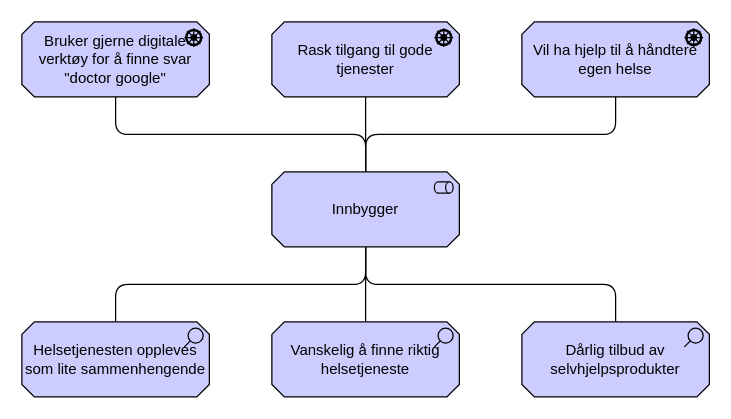
Above: page "innbygger-concern" (1 of 3) of docs/interessent/motivasjon-interessent.drawio in hdir/Digital-Forstelinje (draw.io), before the change. Source tidied: cells renumbered, new cells numbered last; positions are measured from the earlier drawing's top-left corner, leaving out a move shared by most shapes. Both pictures are drawn from the tidied source at 125%, with x=0, y=0 at pixel (21, 21).
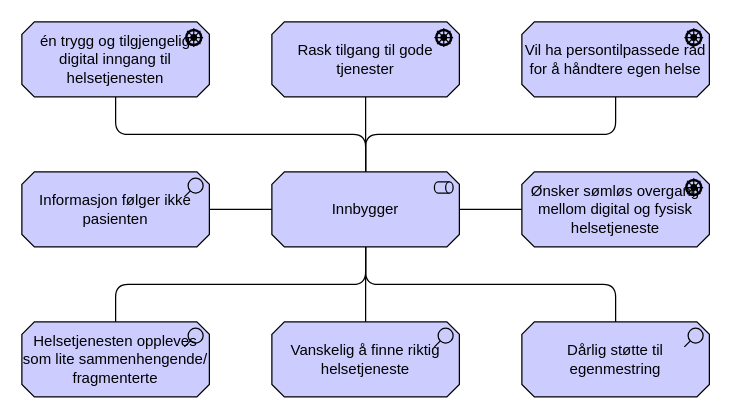
The same diagram, later.

Diff of the diagram source:
```diff
@@
 <mxGraphModel>
   <root>
     <mxCell id="0" />
     <mxCell id="1" parent="0" />
     <mxCell id="2" value="Rask tilgang til gode tjenester" style="html=1;outlineConnect=0;whiteSpace=wrap;fillColor=#CCCCFF;shape=mxgraph.archimate3.application;appType=driver;archiType=oct;" parent="1" vertex="1">
       <mxGeometry x="200" width="150" height="60" as="geometry" />
     </mxCell>
-    <mxCell id="3" value="Helsetjenesten oppleves som lite sammenhengende" style="html=1;outlineConnect=0;whiteSpace=wrap;fillColor=#CCCCFF;shape=mxgraph.archimate3.application;appType=assess;archiType=oct;" parent="1" vertex="1">
+    <mxCell id="3" value="Helsetjenesten oppleves som lite sammenhengende/ fragmenterte" style="html=1;outlineConnect=0;whiteSpace=wrap;fillColor=#CCCCFF;shape=mxgraph.archimate3.application;appType=assess;archiType=oct;" parent="1" vertex="1">
       <mxGeometry y="240" width="150" height="60" as="geometry" />
     </mxCell>
     <mxCell id="4" value="Innbygger" style="html=1;outlineConnect=0;whiteSpace=wrap;fillColor=#CCCCFF;shape=mxgraph.archimate3.application;appType=role;archiType=oct;" parent="1" vertex="1">
       <mxGeometry x="200" y="120" width="150" height="60" as="geometry" />
     </mxCell>
     <mxCell id="5" value="Vanskelig å finne riktig helsetjeneste" style="html=1;outlineConnect=0;whiteSpace=wrap;fillColor=#CCCCFF;shape=mxgraph.archimate3.application;appType=assess;archiType=oct;" parent="1" vertex="1">
       <mxGeometry x="200" y="240" width="150" height="60" as="geometry" />
     </mxCell>
-    <mxCell id="6" value="Dårlig tilbud av selvhjelpsprodukter" style="html=1;outlineConnect=0;whiteSpace=wrap;fillColor=#CCCCFF;shape=mxgraph.archimate3.application;appType=assess;archiType=oct;" parent="1" vertex="1">
+    <mxCell id="6" value="Dårlig støtte til egenmestring" style="html=1;outlineConnect=0;whiteSpace=wrap;fillColor=#CCCCFF;shape=mxgraph.archimate3.application;appType=assess;archiType=oct;" parent="1" vertex="1">
       <mxGeometry x="400" y="240" width="150" height="60" as="geometry" />
     </mxCell>
     <mxCell id="7" style="edgeStyle=elbowEdgeStyle;html=1;endArrow=none;elbow=vertical;exitX=0.5;exitY=1;exitDx=0;exitDy=0;exitPerimeter=0;entryX=0.5;entryY=0;entryDx=0;entryDy=0;entryPerimeter=0;" parent="1" edge="1" source="4" target="3">
       <mxGeometry relative="1" as="geometry" />
     </mxCell>
     <mxCell id="8" style="edgeStyle=elbowEdgeStyle;html=1;endArrow=none;elbow=vertical;exitX=0.5;exitY=1;exitDx=0;exitDy=0;exitPerimeter=0;entryX=0.5;entryY=0;entryDx=0;entryDy=0;entryPerimeter=0;" parent="1" edge="1" source="4" target="5">
       <mxGeometry relative="1" as="geometry" />
     </mxCell>
     <mxCell id="9" style="edgeStyle=elbowEdgeStyle;html=1;endArrow=none;elbow=vertical;exitX=0.5;exitY=1;exitDx=0;exitDy=0;exitPerimeter=0;entryX=0.5;entryY=0;entryDx=0;entryDy=0;entryPerimeter=0;" parent="1" edge="1" source="4" target="6">
       <mxGeometry relative="1" as="geometry" />
     </mxCell>
     <mxCell id="10" style="edgeStyle=elbowEdgeStyle;html=1;endArrow=none;elbow=vertical;exitX=0.5;exitY=0;exitDx=0;exitDy=0;exitPerimeter=0;entryX=0.5;entryY=1;entryDx=0;entryDy=0;entryPerimeter=0;" parent="1" edge="1" source="4" target="2">
       <mxGeometry relative="1" as="geometry" />
     </mxCell>
-    <mxCell id="11" value="Vil ha hjelp til å håndtere egen helse" style="html=1;outlineConnect=0;whiteSpace=wrap;fillColor=#CCCCFF;shape=mxgraph.archimate3.application;appType=driver;archiType=oct;" parent="1" vertex="1">
+    <mxCell id="11" value="Vil ha persontilpassede råd for å håndtere egen helse" style="html=1;outlineConnect=0;whiteSpace=wrap;fillColor=#CCCCFF;shape=mxgraph.archimate3.application;appType=driver;archiType=oct;" parent="1" vertex="1">
       <mxGeometry x="400" width="150" height="60" as="geometry" />
     </mxCell>
-    <mxCell id="12" value="Bruker gjerne digitale verktøy for å finne svar &quot;doctor google&quot;" style="html=1;outlineConnect=0;whiteSpace=wrap;fillColor=#CCCCFF;shape=mxgraph.archimate3.application;appType=driver;archiType=oct;" parent="1" vertex="1">
+    <mxCell id="12" value="&lt;font style=&quot;font-size: 12px;&quot; face=&quot;Helvetica&quot;&gt;én trygg og tilgjengelig digital inngang til&lt;br&gt;&lt;/font&gt;&lt;font face=&quot;Helvetica&quot; style=&quot;font-size: 12px;&quot;&gt;helsetjenesten&lt;/font&gt;" style="html=1;outlineConnect=0;whiteSpace=wrap;fillColor=#CCCCFF;shape=mxgraph.archimate3.application;appType=driver;archiType=oct;" parent="1" vertex="1">
       <mxGeometry width="150" height="60" as="geometry" />
     </mxCell>
     <mxCell id="13" style="edgeStyle=elbowEdgeStyle;html=1;endArrow=none;elbow=vertical;exitX=0.5;exitY=0;exitDx=0;exitDy=0;exitPerimeter=0;entryX=0.5;entryY=1;entryDx=0;entryDy=0;entryPerimeter=0;" parent="1" edge="1" source="4" target="12">
       <mxGeometry relative="1" as="geometry" />
     </mxCell>
     <mxCell id="14" style="edgeStyle=elbowEdgeStyle;html=1;endArrow=none;elbow=vertical;exitX=0.5;exitY=0;exitDx=0;exitDy=0;exitPerimeter=0;entryX=0.5;entryY=1;entryDx=0;entryDy=0;entryPerimeter=0;" parent="1" edge="1" source="4" target="11">
       <mxGeometry relative="1" as="geometry" />
     </mxCell>
+    <mxCell id="15" value="Ønsker sømløs overgang mellom digital og fysisk helsetjeneste" style="html=1;outlineConnect=0;whiteSpace=wrap;fillColor=#CCCCFF;shape=mxgraph.archimate3.application;appType=driver;archiType=oct;" parent="1" vertex="1">
+      <mxGeometry x="400" y="120" width="150" height="60" as="geometry" />
+    </mxCell>
+    <mxCell id="16" value="Informasjon følger ikke pasienten" style="html=1;outlineConnect=0;whiteSpace=wrap;fillColor=#CCCCFF;shape=mxgraph.archimate3.application;appType=assess;archiType=oct;" parent="1" vertex="1">
+      <mxGeometry y="120" width="150" height="60" as="geometry" />
+    </mxCell>
+    <mxCell id="17" style="html=1;endArrow=none;elbow=vertical;exitX=0;exitY=0.5;exitDx=0;exitDy=0;exitPerimeter=0;entryX=1;entryY=0.5;entryDx=0;entryDy=0;entryPerimeter=0;" parent="1" edge="1" source="4" target="16">
+      <mxGeometry relative="1" as="geometry" />
+    </mxCell>
+    <mxCell id="18" style="html=1;endArrow=none;elbow=vertical;exitX=0;exitY=0.5;exitDx=0;exitDy=0;exitPerimeter=0;entryX=1;entryY=0.5;entryDx=0;entryDy=0;entryPerimeter=0;" parent="1" edge="1" source="15" target="4">
+      <mxGeometry relative="1" as="geometry" />
+    </mxCell>
   </root>
 </mxGraphModel>
```
